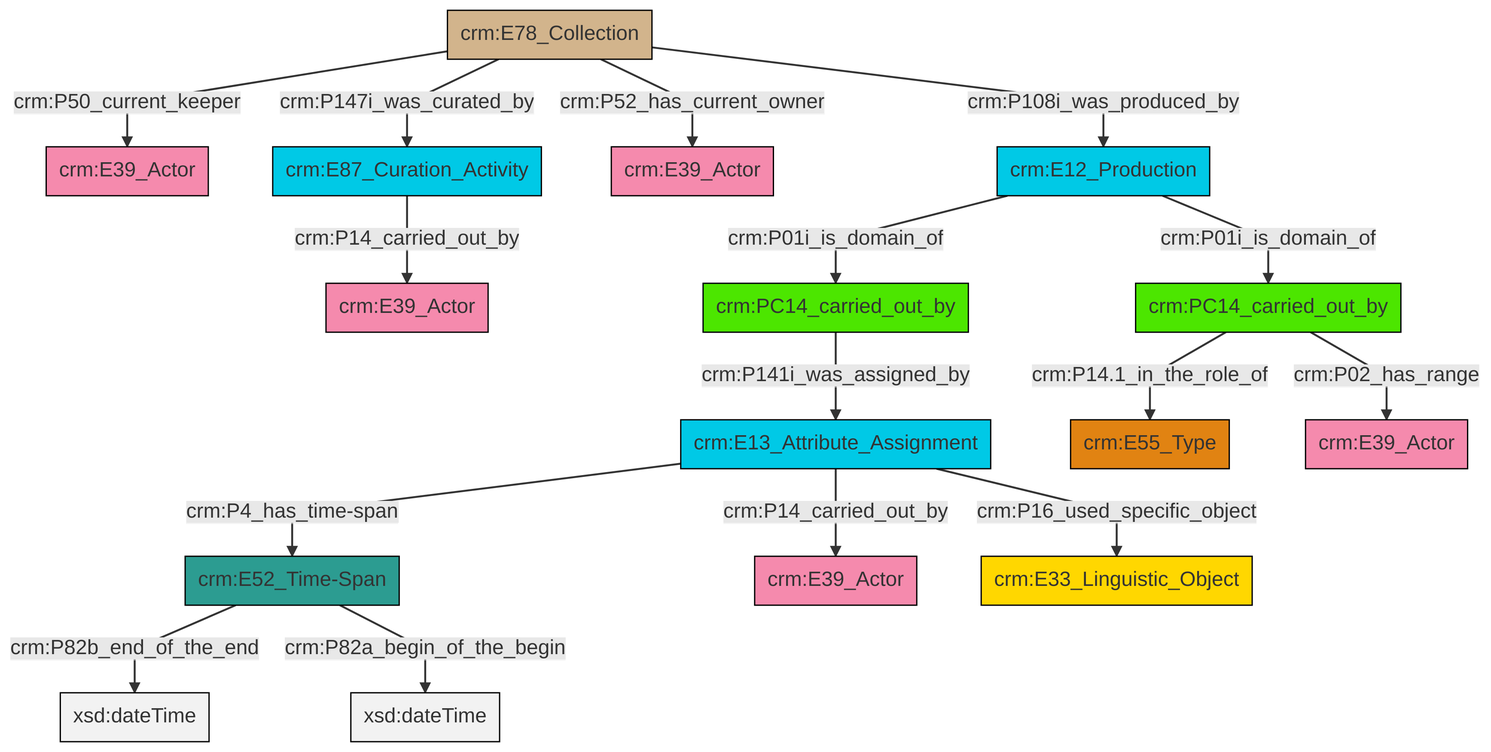
swiss-art-research-net/docs.swissartresearch keeps this Mermaid diagram as et/archivalCSV/ttl/mmd/png/archival_relation.png. Above is the earlier version. Its source is kept beside it as et/archivalCSV/ttl/mmd/archival_relation.ttl.mmd.
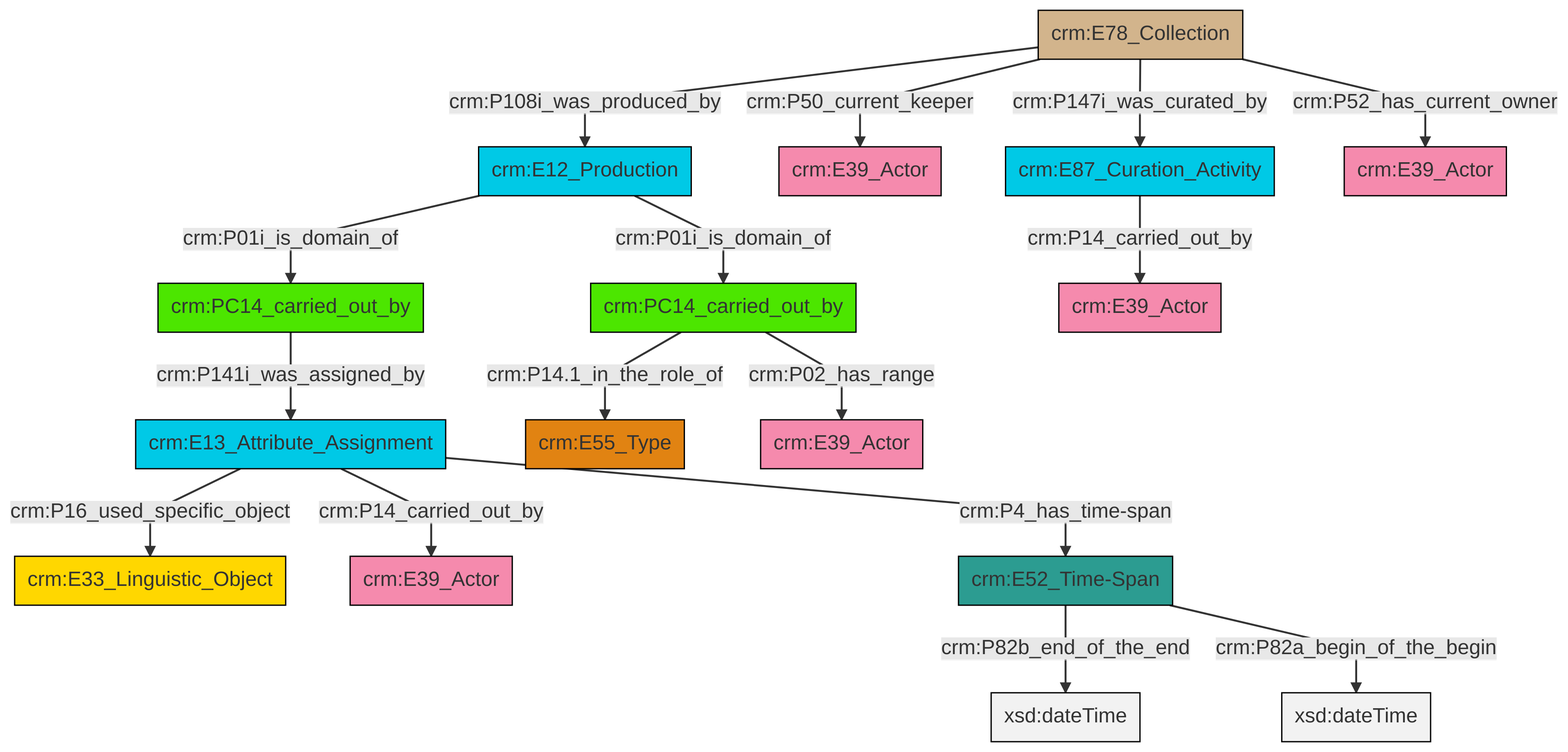
After the commit.

Diff of the diagram source:
```diff
@@ -13,18 +13,18 @@
 classDef PC_Classes fill:#4ce600, stroke:#000000;
 classDef Multi fill:#cccccc,stroke:#000000;
 
-2["crm:PC14_carried_out_by"]:::PC_Classes -->|crm:P14.1_in_the_role_of| 0["crm:E55_Type"]:::Type
-3["crm:E13_Attribute_Assignment"]:::Temporal_Entity -->|crm:P4_has_time-span| 4["crm:E52_Time-Span"]:::Time-Span
-9["crm:E78_Collection"]:::Physical_Thing -->|crm:P50_current_keeper| 10["crm:E39_Actor"]:::Actor
-7["crm:E87_Curation_Activity"]:::Temporal_Entity -->|crm:P14_carried_out_by| 11["crm:E39_Actor"]:::Actor
-4["crm:E52_Time-Span"]:::Time-Span -->|crm:P82b_end_of_the_end| 14[xsd:dateTime]:::Literal
-4["crm:E52_Time-Span"]:::Time-Span -->|crm:P82a_begin_of_the_begin| 15[xsd:dateTime]:::Literal
-3["crm:E13_Attribute_Assignment"]:::Temporal_Entity -->|crm:P14_carried_out_by| 16["crm:E39_Actor"]:::Actor
-3["crm:E13_Attribute_Assignment"]:::Temporal_Entity -->|crm:P16_used_specific_object| 5["crm:E33_Linguistic_Object"]:::Conceptual_Object
-2["crm:PC14_carried_out_by"]:::PC_Classes -->|crm:P02_has_range| 19["crm:E39_Actor"]:::Actor
-9["crm:E78_Collection"]:::Physical_Thing -->|crm:P147i_was_curated_by| 7["crm:E87_Curation_Activity"]:::Temporal_Entity
-9["crm:E78_Collection"]:::Physical_Thing -->|crm:P52_has_current_owner| 23["crm:E39_Actor"]:::Actor
-17["crm:E12_Production"]:::Temporal_Entity -->|crm:P01i_is_domain_of| 20["crm:PC14_carried_out_by"]:::PC_Classes
-9["crm:E78_Collection"]:::Physical_Thing -->|crm:P108i_was_produced_by| 17["crm:E12_Production"]:::Temporal_Entity
-17["crm:E12_Production"]:::Temporal_Entity -->|crm:P01i_is_domain_of| 2["crm:PC14_carried_out_by"]:::PC_Classes
-20["crm:PC14_carried_out_by"]:::PC_Classes -->|crm:P141i_was_assigned_by| 3["crm:E13_Attribute_Assignment"]:::Temporal_Entity
+0["crm:PC14_carried_out_by"]:::PC_Classes -->|crm:P141i_was_assigned_by| 1["crm:E13_Attribute_Assignment"]:::Temporal_Entity
+1["crm:E13_Attribute_Assignment"]:::Temporal_Entity -->|crm:P16_used_specific_object| 4["crm:E33_Linguistic_Object"]:::Conceptual_Object
+2["crm:E52_Time-Span"]:::Time-Span -->|crm:P82b_end_of_the_end| 9[xsd:dateTime]:::Literal
+7["crm:E78_Collection"]:::Physical_Thing -->|crm:P108i_was_produced_by| 10["crm:E12_Production"]:::Temporal_Entity
+11["crm:E87_Curation_Activity"]:::Temporal_Entity -->|crm:P14_carried_out_by| 13["crm:E39_Actor"]:::Actor
+10["crm:E12_Production"]:::Temporal_Entity -->|crm:P01i_is_domain_of| 0["crm:PC14_carried_out_by"]:::PC_Classes
+15["crm:PC14_carried_out_by"]:::PC_Classes -->|crm:P14.1_in_the_role_of| 16["crm:E55_Type"]:::Type
+7["crm:E78_Collection"]:::Physical_Thing -->|crm:P50_current_keeper| 18["crm:E39_Actor"]:::Actor
+7["crm:E78_Collection"]:::Physical_Thing -->|crm:P147i_was_curated_by| 11["crm:E87_Curation_Activity"]:::Temporal_Entity
+10["crm:E12_Production"]:::Temporal_Entity -->|crm:P01i_is_domain_of| 15["crm:PC14_carried_out_by"]:::PC_Classes
+7["crm:E78_Collection"]:::Physical_Thing -->|crm:P52_has_current_owner| 21["crm:E39_Actor"]:::Actor
+1["crm:E13_Attribute_Assignment"]:::Temporal_Entity -->|crm:P14_carried_out_by| 24["crm:E39_Actor"]:::Actor
+1["crm:E13_Attribute_Assignment"]:::Temporal_Entity -->|crm:P4_has_time-span| 2["crm:E52_Time-Span"]:::Time-Span
+15["crm:PC14_carried_out_by"]:::PC_Classes -->|crm:P02_has_range| 5["crm:E39_Actor"]:::Actor
+2["crm:E52_Time-Span"]:::Time-Span -->|crm:P82a_begin_of_the_begin| 29[xsd:dateTime]:::Literal
```
